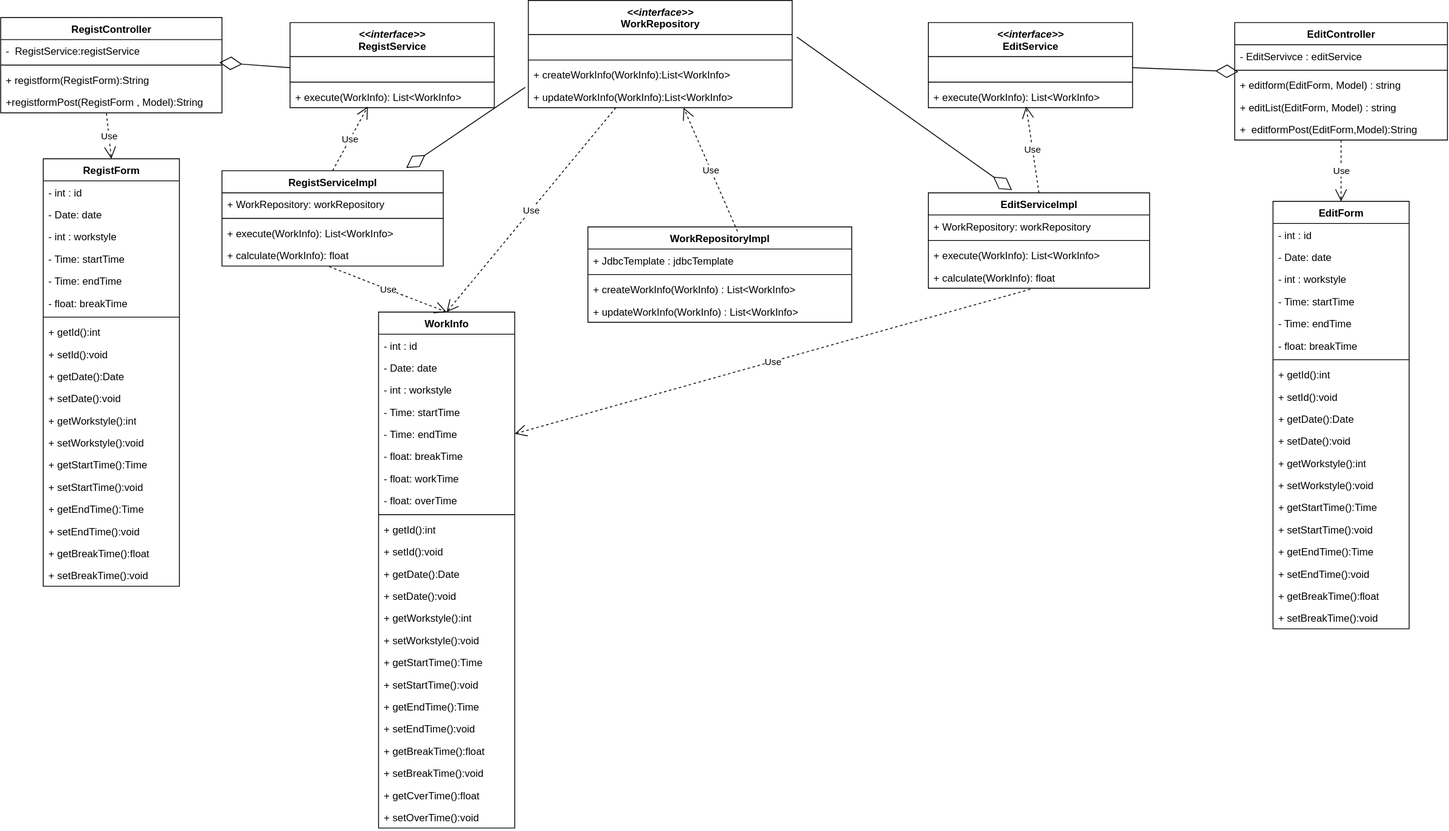
Earlier version of the draw.io export 03_詳細設計/クラス図/勤怠編集.drawio.svg (ICT-Training-2026/team-project-15). Source tidied: cells renumbered, new cells last; positions are measured from the earlier drawing's top-left corner, leaving out a move shared by most shapes.
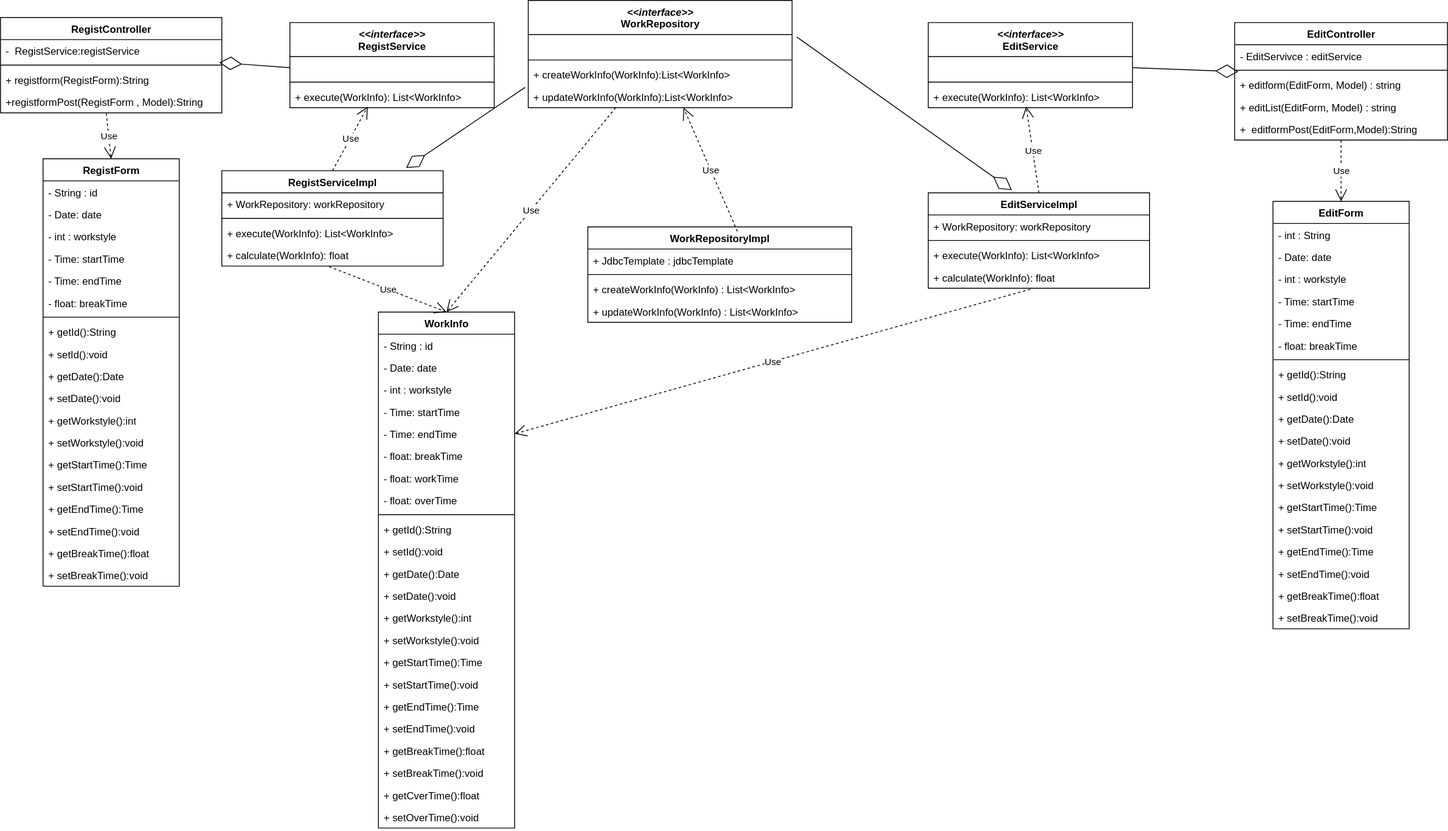
The same diagram one commit later.

Change to the diagram source:
```diff
@@ -5,7 +5,7 @@
     <mxCell id="2" value="RegistForm" style="swimlane;fontStyle=1;align=center;verticalAlign=top;horizontal=1;startSize=26;whiteSpace=wrap;html=1;" parent="1" vertex="1">
       <mxGeometry x="50" y="186" width="160" height="502" as="geometry" />
     </mxCell>
-    <mxCell id="3" value="- int : id" style="text;strokeColor=none;fillColor=none;align=left;verticalAlign=top;spacingLeft=4;spacingRight=4;overflow=hidden;whiteSpace=wrap;html=1;" parent="2" vertex="1">
+    <mxCell id="3" value="- String : id" style="text;strokeColor=none;fillColor=none;align=left;verticalAlign=top;spacingLeft=4;spacingRight=4;overflow=hidden;whiteSpace=wrap;html=1;" parent="2" vertex="1">
       <mxGeometry y="26" width="160" height="26" as="geometry" />
     </mxCell>
     <mxCell id="4" value="- Date: date" style="text;strokeColor=none;fillColor=none;align=left;verticalAlign=top;spacingLeft=4;spacingRight=4;overflow=hidden;whiteSpace=wrap;html=1;" parent="2" vertex="1">
@@ -26,7 +26,7 @@
     <mxCell id="9" style="line;strokeWidth=1;fillColor=none;align=left;verticalAlign=middle;spacingTop=-1;spacingLeft=3;spacingRight=3;labelPosition=right;strokeColor=inherit;" parent="2" vertex="1">
       <mxGeometry y="182" width="160" height="8" as="geometry" />
     </mxCell>
-    <mxCell id="10" value="+ getId():int" style="text;strokeColor=none;fillColor=none;align=left;verticalAlign=top;spacingLeft=4;spacingRight=4;overflow=hidden;whiteSpace=wrap;html=1;" parent="2" vertex="1">
+    <mxCell id="10" value="+ getId():String" style="text;strokeColor=none;fillColor=none;align=left;verticalAlign=top;spacingLeft=4;spacingRight=4;overflow=hidden;whiteSpace=wrap;html=1;" parent="2" vertex="1">
       <mxGeometry y="190" width="160" height="26" as="geometry" />
     </mxCell>
     <mxCell id="11" value="+ setId():void" style="text;strokeColor=none;fillColor=none;align=left;verticalAlign=top;spacingLeft=4;spacingRight=4;overflow=hidden;whiteSpace=wrap;html=1;" parent="2" vertex="1">
@@ -134,7 +134,7 @@
     <mxCell id="45" value="WorkInfo" style="swimlane;fontStyle=1;align=center;verticalAlign=top;horizontal=1;startSize=26;whiteSpace=wrap;html=1;" parent="1" vertex="1">
       <mxGeometry x="444" y="366" width="160" height="606" as="geometry" />
     </mxCell>
-    <mxCell id="46" value="- int : id" style="text;strokeColor=none;fillColor=none;align=left;verticalAlign=top;spacingLeft=4;spacingRight=4;overflow=hidden;whiteSpace=wrap;html=1;" parent="45" vertex="1">
+    <mxCell id="46" value="- String : id" style="text;strokeColor=none;fillColor=none;align=left;verticalAlign=top;spacingLeft=4;spacingRight=4;overflow=hidden;whiteSpace=wrap;html=1;" parent="45" vertex="1">
       <mxGeometry y="26" width="160" height="26" as="geometry" />
     </mxCell>
     <mxCell id="47" value="- Date: date" style="text;strokeColor=none;fillColor=none;align=left;verticalAlign=top;spacingLeft=4;spacingRight=4;overflow=hidden;whiteSpace=wrap;html=1;" parent="45" vertex="1">
@@ -161,7 +161,7 @@
     <mxCell id="54" style="line;strokeWidth=1;fillColor=none;align=left;verticalAlign=middle;spacingTop=-1;spacingLeft=3;spacingRight=3;labelPosition=right;strokeColor=inherit;" parent="45" vertex="1">
       <mxGeometry y="234" width="160" height="8" as="geometry" />
     </mxCell>
-    <mxCell id="55" value="+ getId():int" style="text;strokeColor=none;fillColor=none;align=left;verticalAlign=top;spacingLeft=4;spacingRight=4;overflow=hidden;whiteSpace=wrap;html=1;" parent="45" vertex="1">
+    <mxCell id="55" value="+ getId():String" style="text;strokeColor=none;fillColor=none;align=left;verticalAlign=top;spacingLeft=4;spacingRight=4;overflow=hidden;whiteSpace=wrap;html=1;" parent="45" vertex="1">
       <mxGeometry y="242" width="160" height="26" as="geometry" />
     </mxCell>
     <mxCell id="56" value="+ setId():void" style="text;strokeColor=none;fillColor=none;align=left;verticalAlign=top;spacingLeft=4;spacingRight=4;overflow=hidden;whiteSpace=wrap;html=1;" parent="45" vertex="1">
@@ -248,7 +248,7 @@
     <mxCell id="83" value="EditForm" style="swimlane;fontStyle=1;align=center;verticalAlign=top;horizontal=1;startSize=26;whiteSpace=wrap;html=1;" parent="1" vertex="1">
       <mxGeometry x="1495" y="236" width="160" height="502" as="geometry" />
     </mxCell>
-    <mxCell id="84" value="- int : id" style="text;strokeColor=none;fillColor=none;align=left;verticalAlign=top;spacingLeft=4;spacingRight=4;overflow=hidden;whiteSpace=wrap;html=1;" parent="83" vertex="1">
+    <mxCell id="84" value="- int : String" style="text;strokeColor=none;fillColor=none;align=left;verticalAlign=top;spacingLeft=4;spacingRight=4;overflow=hidden;whiteSpace=wrap;html=1;" parent="83" vertex="1">
       <mxGeometry y="26" width="160" height="26" as="geometry" />
     </mxCell>
     <mxCell id="85" value="- Date: date" style="text;strokeColor=none;fillColor=none;align=left;verticalAlign=top;spacingLeft=4;spacingRight=4;overflow=hidden;whiteSpace=wrap;html=1;" parent="83" vertex="1">
@@ -269,7 +269,7 @@
     <mxCell id="90" style="line;strokeWidth=1;fillColor=none;align=left;verticalAlign=middle;spacingTop=-1;spacingLeft=3;spacingRight=3;labelPosition=right;strokeColor=inherit;" parent="83" vertex="1">
       <mxGeometry y="182" width="160" height="8" as="geometry" />
     </mxCell>
-    <mxCell id="91" value="+ getId():int" style="text;strokeColor=none;fillColor=none;align=left;verticalAlign=top;spacingLeft=4;spacingRight=4;overflow=hidden;whiteSpace=wrap;html=1;" parent="83" vertex="1">
+    <mxCell id="91" value="+ getId():String" style="text;strokeColor=none;fillColor=none;align=left;verticalAlign=top;spacingLeft=4;spacingRight=4;overflow=hidden;whiteSpace=wrap;html=1;" parent="83" vertex="1">
       <mxGeometry y="190" width="160" height="26" as="geometry" />
     </mxCell>
     <mxCell id="92" value="+ setId():void" style="text;strokeColor=none;fillColor=none;align=left;verticalAlign=top;spacingLeft=4;spacingRight=4;overflow=hidden;whiteSpace=wrap;html=1;" parent="83" vertex="1">
```
